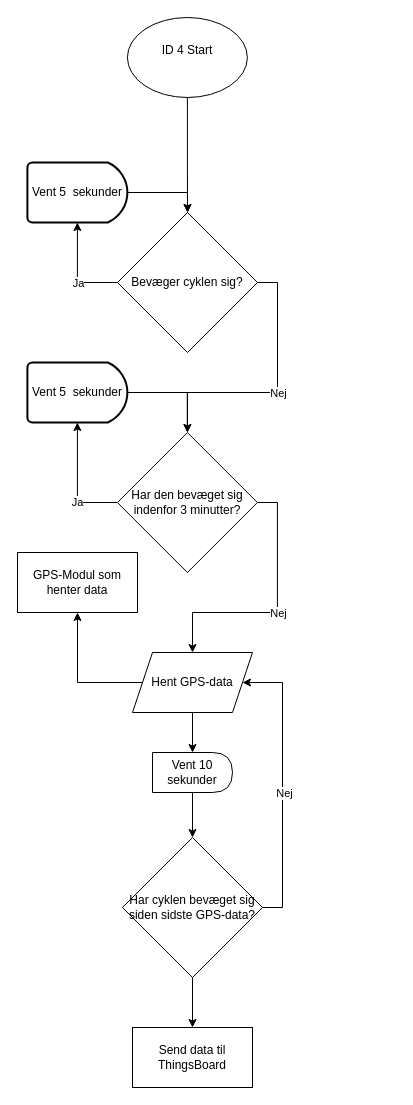
The draw.io diagram ID 04, P1/ID4 V1 Sporing af cykel efter 3 minutter.drawio in KEA-E24-B9-IOT1/E24-B9-IoT1, before the edit. Source tidied: cells renumbered, new cells numbered last; positions are measured from the earlier drawing's top-left corner, leaving out a move shared by most shapes. Both pictures are drawn from the tidied source at 100%, with x=0, y=0 at pixel (-438, 17).
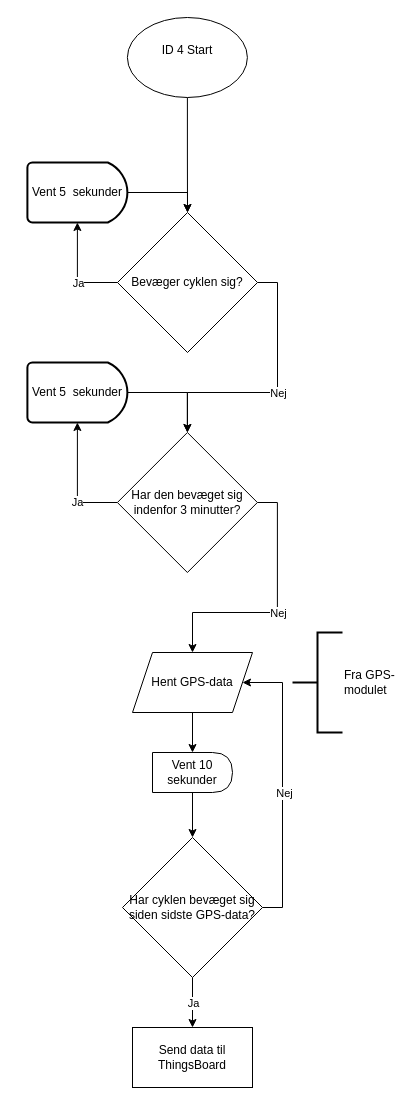
The same diagram, later.

The change refers to these unchanged cells:
```xml
<mxCell id="23" value="Hent GPS-data" style="shape=parallelogram;perimeter=parallelogramPerimeter;whiteSpace=wrap;html=1;fixedSize=1;" parent="1" vertex="1">
  <mxGeometry x="570" y="635" width="120" height="60" as="geometry" />
</mxCell>
<mxCell id="29" style="edgeStyle=orthogonalEdgeStyle;rounded=0;jettySize=auto;html=1;exitX=0.5;exitY=1;exitDx=0;exitDy=0;entryX=0.5;entryY=0;entryDx=0;entryDy=0;" parent="1" edge="1" source="30" target="31">
  <mxGeometry relative="1" as="geometry" />
</mxCell>
```

Change to the diagram source:
```diff
@@
-    <mxCell id="21" style="edgeStyle=orthogonalEdgeStyle;rounded=0;jettySize=auto;html=1;exitX=0;exitY=0.5;exitDx=0;exitDy=0;entryX=0.5;entryY=1;entryDx=0;entryDy=0;" parent="1" edge="1" source="23" target="24">
-      <mxGeometry relative="1" as="geometry">
-        <Array as="points">
-          <mxPoint x="515" y="665" />
-        </Array>
-      </mxGeometry>
-    </mxCell>
@@
-    <mxCell id="24" value="GPS-Modul som henter data" style="rounded=0;whiteSpace=wrap;html=1;" parent="1" vertex="1">
-      <mxGeometry x="455" y="535" width="120" height="60" as="geometry" />
-    </mxCell>
@@
+    <mxCell id="32" value="Ja" style="edgeLabel;html=1;align=center;verticalAlign=middle;" parent="29" vertex="1">
+      <mxGeometry x="-0.01" relative="1" as="geometry" />
+    </mxCell>
@@
+    <mxCell id="33" value="&lt;div&gt;Fra GPS-&lt;/div&gt;&lt;div&gt;modulet&lt;/div&gt;" style="strokeWidth=2;html=1;shape=mxgraph.flowchart.annotation_2;align=left;labelPosition=right;" parent="1" vertex="1">
+      <mxGeometry x="730" y="615" width="50" height="100" as="geometry" />
+    </mxCell>
```
